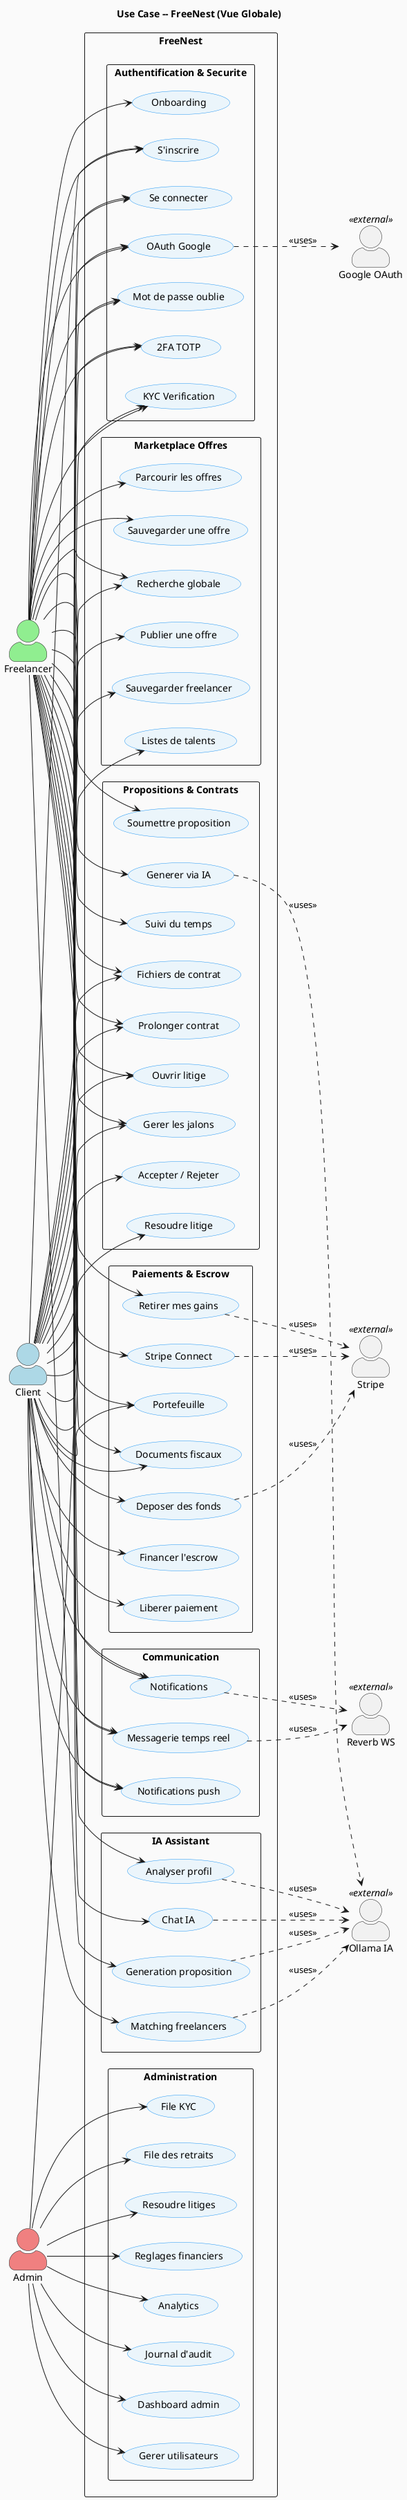
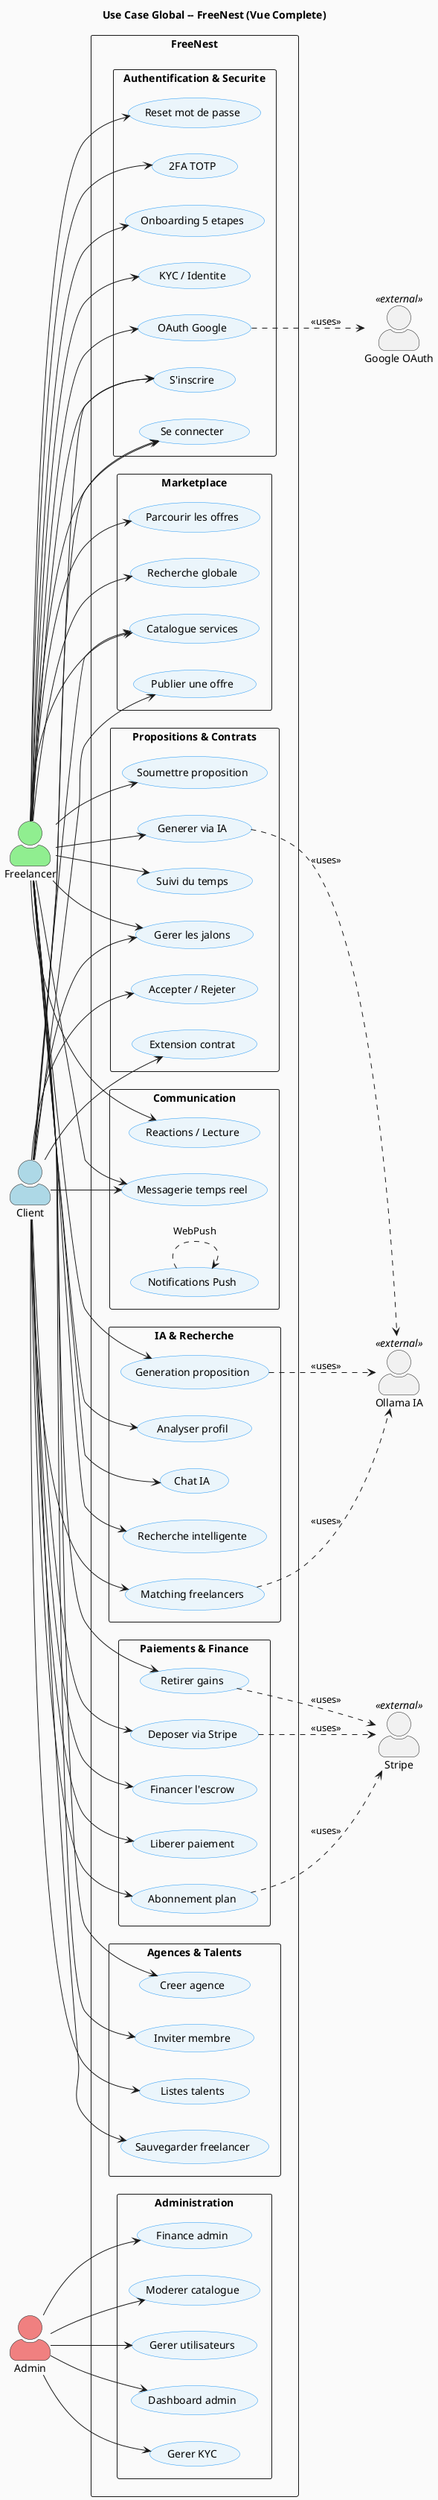
@startuml
skinparam backgroundColor #FAFAFA
skinparam actorStyle awesome
skinparam usecase {
  BackgroundColor #EBF5FB
  BorderColor #2196F3
}
skinparam packageStyle rectangle
left to right direction
- title Use Case -- FreeNest (Vue Globale)
+ title Use Case Global -- FreeNest (Vue Complete)

- actor "Freelancer"   as FL  #LightGreen
- actor "Client"       as CL  #LightBlue
- actor "Admin"        as ADM #LightCoral
- actor "Google OAuth" as G   <<external>>
- actor "Stripe"       as STR <<external>>
- actor "Reverb WS"    as RVB <<external>>
- actor "Ollama IA"    as AI  <<external>>
+ actor "Freelancer" as FL #LightGreen
+ actor "Client"     as CL #LightBlue
+ actor "Admin"      as ADM #LightCoral
+ actor "Google OAuth" as G <<external>>
+ actor "Ollama IA"    as AI <<external>>
+ actor "Stripe"       as ST <<external>>

rectangle "FreeNest" {
  package "Authentification & Securite" {
-     (S'inscrire)              as REG
-     (Se connecter)            as LOGIN
-     (OAuth Google)            as GOAUTH
-     (Mot de passe oublie)     as FORGOT
-     (2FA TOTP)                as TFA
-     (KYC Verification)        as KYC
-     (Onboarding)              as ONBOARD
+     (S'inscrire) as REG
+     (Se connecter) as LOGIN
+     (OAuth Google) as GOAUTH
+     (Reset mot de passe) as RESET
+     (2FA TOTP) as TFA
+     (Onboarding 5 etapes) as ONBOARD
+     (KYC / Identite) as KYC
  }
-   package "Marketplace Offres" {
-     (Publier une offre)       as POST
-     (Parcourir les offres)    as BROWSE
-     (Recherche globale)       as SEARCH
-     (Sauvegarder une offre)   as SAVEJ
-     (Sauvegarder freelancer)  as SAVEF
-     (Listes de talents)       as TLIST
+   package "Marketplace" {
+     (Publier une offre) as POST
+     (Parcourir les offres) as BROWSE
+     (Recherche globale) as SEARCH
+     (Catalogue services) as CATALOG
  }
  package "Propositions & Contrats" {
-     (Soumettre proposition)   as SUBMIT
-     (Generer via IA)          as AIPR
-     (Accepter / Rejeter)      as ACCEPT
-     (Gerer les jalons)        as MILE
-     (Suivi du temps)          as TIME
-     (Fichiers de contrat)     as CFILE
-     (Prolonger contrat)       as EXT
-     (Ouvrir litige)           as DISP
-     (Resoudre litige)         as RDISP
+     (Soumettre proposition) as SUBMIT
+     (Generer via IA) as AIPR
+     (Accepter / Rejeter) as ACCEPT
+     (Gerer les jalons) as MILE
+     (Suivi du temps) as TIMER
+     (Extension contrat) as EXT
  }
-   package "Paiements & Escrow" {
-     (Deposer des fonds)       as DEP
-     (Financer l'escrow)       as ESC
-     (Liberer paiement)        as REL
-     (Portefeuille)            as WAL
-     (Retirer mes gains)       as WD
-     (Stripe Connect)          as SC
-     (Documents fiscaux)       as TAX
+   package "Paiements & Finance" {
+     (Deposer via Stripe) as DEP
+     (Financer l'escrow) as ESC
+     (Liberer paiement) as REL
+     (Retirer gains) as WITHD
+     (Abonnement plan) as PLAN
  }
  package "Communication" {
-     (Messagerie temps reel)   as MSG
-     (Notifications)           as NOTIF
-     (Notifications push)      as PUSH
+     (Messagerie temps reel) as MSG
+     (Reactions / Lecture) as REACT
+     (Notifications Push) as PUSH
  }
-   package "IA Assistant" {
-     (Generation proposition)  as GEN
-     (Matching freelancers)    as MATCH
-     (Analyser profil)         as ANAL
-     (Chat IA)                 as CHAT
+   package "IA & Recherche" {
+     (Generation proposition) as GEN
+     (Matching freelancers) as MATCH
+     (Analyser profil) as ANAL
+     (Chat IA) as CHAT
+     (Recherche intelligente) as SMART
+   }
+   package "Agences & Talents" {
+     (Creer agence) as AGENCY
+     (Inviter membre) as INVITE
+     (Listes talents) as TLIST
+     (Sauvegarder freelancer) as SFREQ
  }
  package "Administration" {
-     (Dashboard admin)         as DASH
-     (Gerer utilisateurs)      as USERS
-     (File KYC)                as KYCQ
-     (File des retraits)       as WDQ
-     (Resoudre litiges)        as DRES
-     (Reglages financiers)     as FSET
-     (Analytics)               as ANALY
-     (Journal d'audit)         as AUDIT
+     (Dashboard admin) as DASH
+     (Gerer KYC) as AKYD
+     (Finance admin) as AFIN
+     (Moderer catalogue) as ACAT
+     (Gerer utilisateurs) as USERS
  }
}

- ' Freelancer
FL --> REG
FL --> LOGIN
FL --> GOAUTH
- FL --> FORGOT
+ FL --> RESET
FL --> TFA
+ FL --> ONBOARD
FL --> KYC
- FL --> ONBOARD
FL --> BROWSE
FL --> SEARCH
- FL --> SAVEJ
FL --> SUBMIT
FL --> AIPR
FL --> MILE
- FL --> TIME
- FL --> CFILE
- FL --> EXT
- FL --> DISP
- FL --> WAL
- FL --> WD
- FL --> SC
- FL --> TAX
+ FL --> TIMER
+ FL --> WITHD
FL --> MSG
- FL --> NOTIF
- FL --> PUSH
+ FL --> REACT
FL --> GEN
FL --> ANAL
FL --> CHAT
+ FL --> SMART
+ FL --> CATALOG
+ FL --> AGENCY
+ FL --> INVITE

- ' Client
CL --> REG
CL --> LOGIN
- CL --> GOAUTH
- CL --> FORGOT
- CL --> TFA
- CL --> KYC
CL --> POST
- CL --> SEARCH
- CL --> SAVEF
- CL --> TLIST
CL --> ACCEPT
CL --> MILE
- CL --> CFILE
CL --> EXT
- CL --> DISP
CL --> DEP
CL --> ESC
CL --> REL
- CL --> WAL
- CL --> TAX
+ CL --> PLAN
CL --> MSG
- CL --> NOTIF
- CL --> PUSH
CL --> MATCH
+ CL --> TLIST
+ CL --> SFREQ
+ CL --> CATALOG

- ' Admin
ADM --> DASH
+ ADM --> AKYD
+ ADM --> AFIN
+ ADM --> ACAT
ADM --> USERS
- ADM --> KYCQ
- ADM --> WDQ
- ADM --> DRES
- ADM --> RDISP
- ADM --> FSET
- ADM --> ANALY
- ADM --> AUDIT

- ' External actors
- GOAUTH ..> G   : <<uses>>
- DEP    ..> STR : <<uses>>
- WD     ..> STR : <<uses>>
- SC     ..> STR : <<uses>>
- MSG    ..> RVB : <<uses>>
- NOTIF  ..> RVB : <<uses>>
- AIPR   ..> AI  : <<uses>>
- MATCH  ..> AI  : <<uses>>
- GEN    ..> AI  : <<uses>>
- CHAT   ..> AI  : <<uses>>
- ANAL   ..> AI  : <<uses>>
- @enduml
+ GOAUTH ..> G  : <<uses>>
+ AIPR   ..> AI : <<uses>>
+ MATCH  ..> AI : <<uses>>
+ GEN    ..> AI : <<uses>>
+ DEP    ..> ST : <<uses>>
+ WITHD  ..> ST : <<uses>>
+ PLAN   ..> ST : <<uses>>
+ PUSH   ..> PUSH : WebPush
+ @enduml